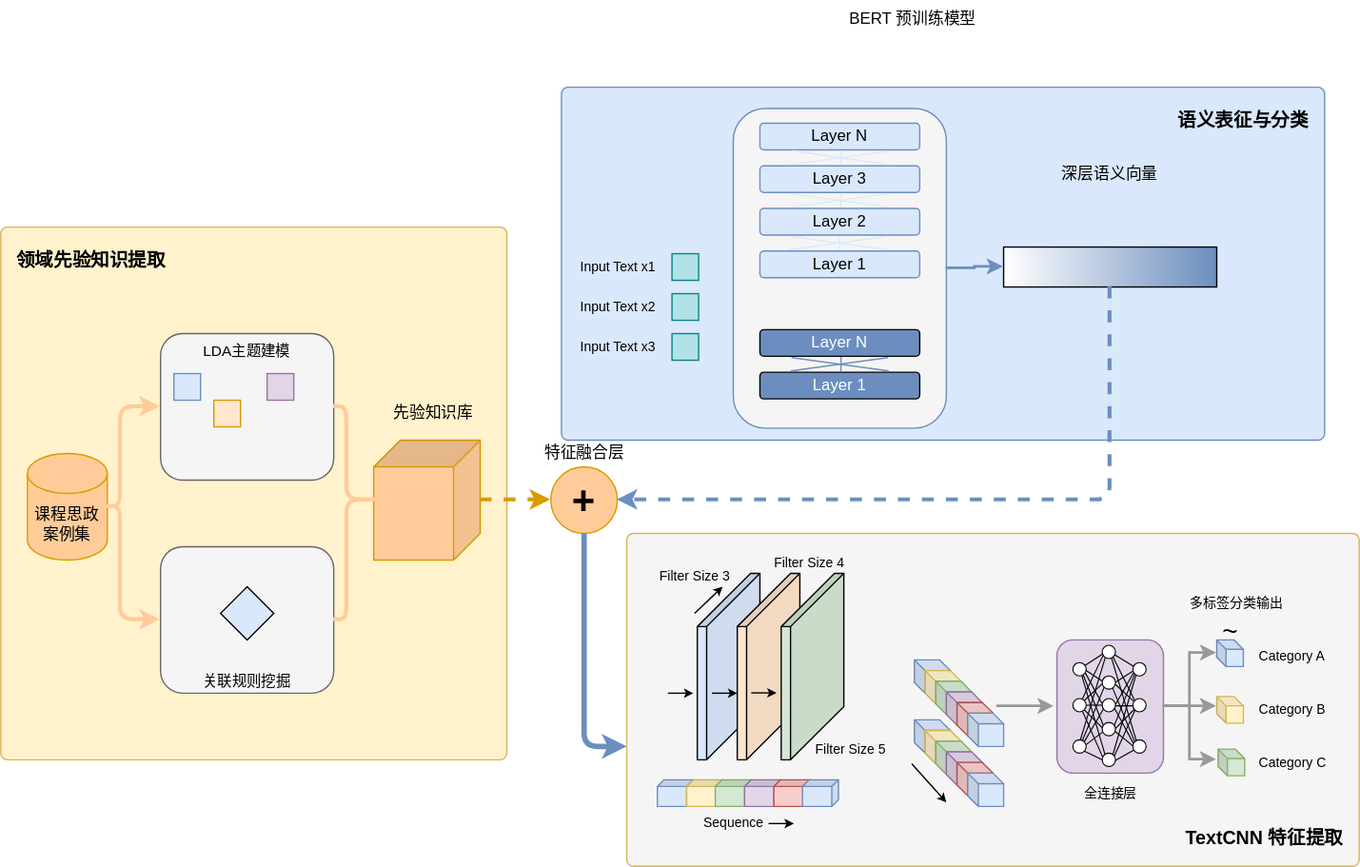
Above: 1.16小论文（思政元素）模型架构图.drawio.svg in handsome-tony/picture (draw.io), before the change. Source tidied: cells renumbered, new cells last; positions are measured from the earlier drawing's top-left corner, leaving out a move shared by most shapes.
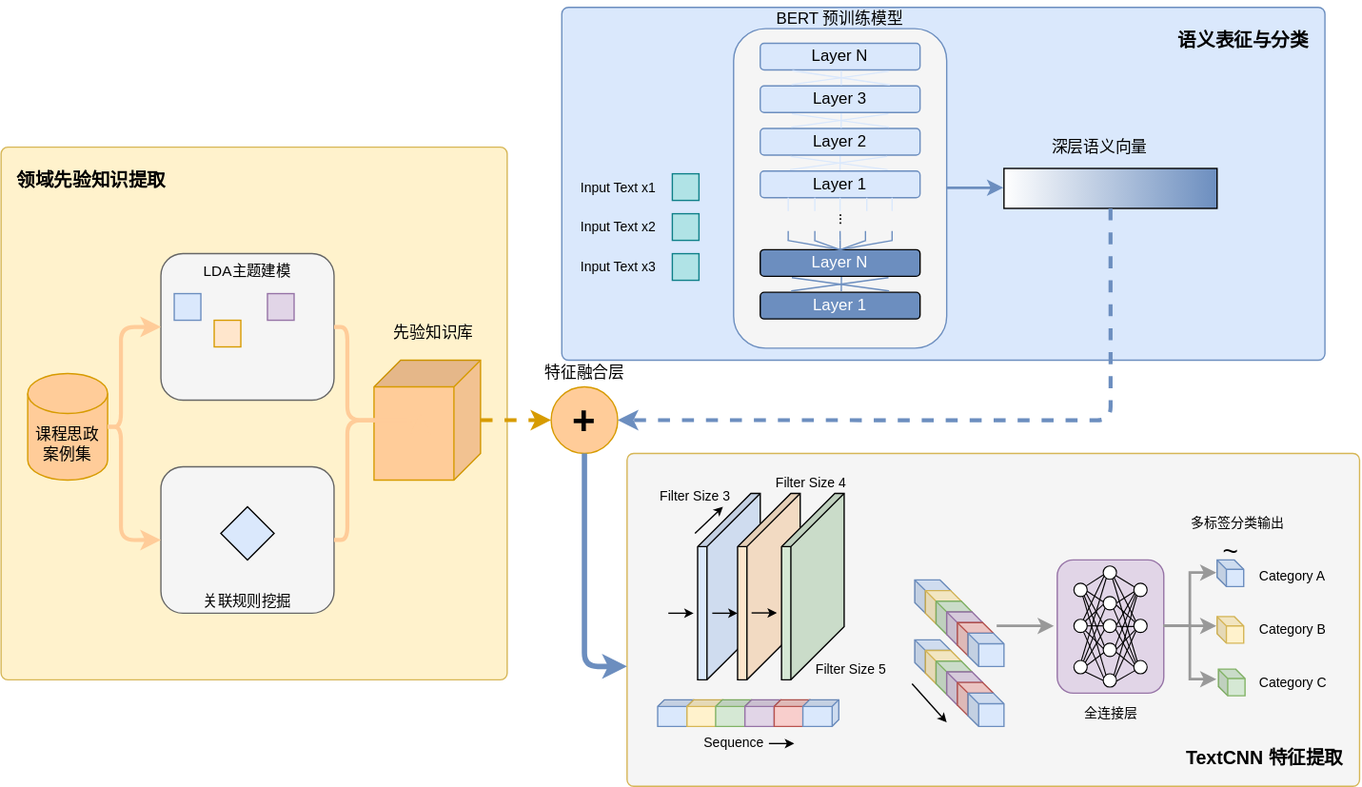
Above is the later version.

Commit message:
更新1.16小论文（思政元素）模型架构图.drawio.svg

The edit, as a diff of the source:
```diff
@@ -160,11 +160,86 @@
     <mxCell id="40" style="endArrow=none;html=1;rounded=0;entryX=0.507;entryY=-0.029;entryDx=0;entryDy=0;entryPerimeter=0;exitX=0.508;exitY=1.026;exitDx=0;exitDy=0;exitPerimeter=0;strokeColor=#6C8EBF;" parent="21" edge="1" source="27" target="28">
       <mxGeometry relative="1" as="geometry" />
     </mxCell>
+    <mxCell id="139" style="endArrow=none;html=1;rounded=0;entryX=0.499;entryY=-0.03;entryDx=0;entryDy=0;entryPerimeter=0;exitX=0.5;exitY=1.033;exitDx=0;exitDy=0;exitPerimeter=0;strokeColor=#DAE8FC;" parent="21" edge="1">
+      <mxGeometry relative="1" as="geometry">
+        <mxPoint x="41" y="118" as="sourcePoint" />
+        <mxPoint x="41" y="128" as="targetPoint" />
+      </mxGeometry>
+    </mxCell>
+    <mxCell id="140" style="endArrow=none;html=1;rounded=0;entryX=0.499;entryY=-0.03;entryDx=0;entryDy=0;entryPerimeter=0;exitX=0.5;exitY=1.033;exitDx=0;exitDy=0;exitPerimeter=0;strokeColor=#DAE8FC;" parent="21" edge="1">
+      <mxGeometry relative="1" as="geometry">
+        <mxPoint x="79.9" y="118" as="sourcePoint" />
+        <mxPoint x="79.9" y="128" as="targetPoint" />
+      </mxGeometry>
+    </mxCell>
+    <mxCell id="141" style="endArrow=none;html=1;rounded=0;entryX=0.499;entryY=-0.03;entryDx=0;entryDy=0;entryPerimeter=0;exitX=0.5;exitY=1.033;exitDx=0;exitDy=0;exitPerimeter=0;strokeColor=#DAE8FC;" parent="21" edge="1">
+      <mxGeometry relative="1" as="geometry">
+        <mxPoint x="119" y="118" as="sourcePoint" />
+        <mxPoint x="119" y="128" as="targetPoint" />
+      </mxGeometry>
+    </mxCell>
+    <mxCell id="142" style="endArrow=none;html=1;rounded=0;entryX=0.499;entryY=-0.03;entryDx=0;entryDy=0;entryPerimeter=0;exitX=0.5;exitY=1.033;exitDx=0;exitDy=0;exitPerimeter=0;strokeColor=#DAE8FC;" parent="21" edge="1">
+      <mxGeometry relative="1" as="geometry">
+        <mxPoint x="100" y="118" as="sourcePoint" />
+        <mxPoint x="100" y="128" as="targetPoint" />
+      </mxGeometry>
+    </mxCell>
+    <mxCell id="143" style="endArrow=none;html=1;rounded=0;entryX=0.499;entryY=-0.03;entryDx=0;entryDy=0;entryPerimeter=0;exitX=0.5;exitY=1.033;exitDx=0;exitDy=0;exitPerimeter=0;strokeColor=#DAE8FC;" parent="21" edge="1">
+      <mxGeometry relative="1" as="geometry">
+        <mxPoint x="61" y="118" as="sourcePoint" />
+        <mxPoint x="61" y="128" as="targetPoint" />
+      </mxGeometry>
+    </mxCell>
+    <mxCell id="144" style="endArrow=none;html=1;rounded=0;exitX=0.5;exitY=1.033;exitDx=0;exitDy=0;exitPerimeter=0;strokeColor=#6C8EBF;" parent="21" edge="1">
+      <mxGeometry relative="1" as="geometry">
+        <mxPoint x="41" y="143" as="sourcePoint" />
+        <mxPoint x="41" y="150" as="targetPoint" />
+      </mxGeometry>
+    </mxCell>
+    <mxCell id="145" style="endArrow=none;html=1;rounded=0;exitX=0.5;exitY=1.033;exitDx=0;exitDy=0;exitPerimeter=0;strokeColor=#6C8EBF;" parent="21" edge="1">
+      <mxGeometry relative="1" as="geometry">
+        <mxPoint x="79.9" y="143" as="sourcePoint" />
+        <mxPoint x="80" y="150" as="targetPoint" />
+      </mxGeometry>
+    </mxCell>
+    <mxCell id="146" style="endArrow=none;html=1;rounded=0;exitX=0.5;exitY=1.033;exitDx=0;exitDy=0;exitPerimeter=0;strokeColor=#6C8EBF;" parent="21" edge="1">
+      <mxGeometry relative="1" as="geometry">
+        <mxPoint x="119" y="143" as="sourcePoint" />
+        <mxPoint x="119" y="150" as="targetPoint" />
+      </mxGeometry>
+    </mxCell>
+    <mxCell id="147" style="endArrow=none;html=1;rounded=0;exitX=0.5;exitY=1.033;exitDx=0;exitDy=0;exitPerimeter=0;strokeColor=#6C8EBF;" parent="21" edge="1">
+      <mxGeometry relative="1" as="geometry">
+        <mxPoint x="99" y="143" as="sourcePoint" />
+        <mxPoint x="99" y="150" as="targetPoint" />
+      </mxGeometry>
+    </mxCell>
+    <mxCell id="148" style="endArrow=none;html=1;rounded=0;exitX=0.5;exitY=1.033;exitDx=0;exitDy=0;exitPerimeter=0;strokeColor=#6C8EBF;" parent="21" edge="1">
+      <mxGeometry relative="1" as="geometry">
+        <mxPoint x="61" y="143" as="sourcePoint" />
+        <mxPoint x="61" y="150" as="targetPoint" />
+      </mxGeometry>
+    </mxCell>
+    <mxCell id="149" style="endArrow=none;html=1;rounded=0;exitX=0.5;exitY=0;exitDx=0;exitDy=0;strokeColor=#6C8EBF;" parent="21" edge="1">
+      <mxGeometry relative="1" as="geometry">
+        <mxPoint x="99.5" y="150" as="sourcePoint" />
+        <mxPoint x="80" y="157" as="targetPoint" />
+      </mxGeometry>
+    </mxCell>
+    <mxCell id="150" style="endArrow=none;html=1;rounded=0;strokeColor=#6C8EBF;" parent="21" edge="1">
+      <mxGeometry relative="1" as="geometry">
+        <mxPoint x="80" y="157" as="sourcePoint" />
+        <mxPoint x="119.5" y="150" as="targetPoint" />
+      </mxGeometry>
+    </mxCell>
+    <mxCell id="151" value="&lt;font face=&quot;Times New Roman&quot;&gt;...&lt;/font&gt;" style="text;html=1;whiteSpace=wrap;strokeColor=none;fillColor=none;align=center;verticalAlign=middle;rounded=0;textDirection=vertical-lr;" parent="21" vertex="1">
+      <mxGeometry x="74.5" y="130" width="17" height="9" as="geometry" />
+    </mxCell>
     <mxCell id="41" style="rounded=0;whiteSpace=wrap;html=1;fillColor=default;gradientColor=#6c8ebf;gradientDirection=east;" parent="1" vertex="1">
-      <mxGeometry x="753" y="185" width="160" height="30" as="geometry" />
+      <mxGeometry x="753" y="186" width="160" height="30" as="geometry" />
     </mxCell>
     <mxCell id="42" value="深层语义向量" style="text;html=1;strokeColor=none;fillColor=none;align=center;verticalAlign=middle;whiteSpace=wrap;rounded=0;" parent="1" vertex="1">
-      <mxGeometry x="753" y="120" width="160" height="20" as="geometry" />
+      <mxGeometry x="745" y="160" width="160" height="20" as="geometry" />
     </mxCell>
     <mxCell id="43" style="edgeStyle=orthogonalEdgeStyle;rounded=0;jettySize=auto;html=1;strokeColor=#6c8ebf;strokeWidth=2;" parent="1" edge="1" source="22" target="41">
       <mxGeometry relative="1" as="geometry" />
@@ -513,8 +588,24 @@
     <mxCell id="137" value="Input Text x3" style="text;html=1;strokeColor=none;fillColor=none;align=right;verticalAlign=middle;whiteSpace=wrap;rounded=0;fontSize=10;" parent="1" vertex="1">
       <mxGeometry x="434" y="250" width="60" height="20" as="geometry" />
     </mxCell>
-    <mxCell id="138" value="&lt;span style=&quot;color: rgb(0, 0, 0); font-family: Helvetica; font-size: 12px; font-style: normal; font-variant-ligatures: normal; font-variant-caps: normal; font-weight: 400; letter-spacing: normal; orphans: 2; text-indent: 0px; text-transform: none; widows: 2; word-spacing: 0px; -webkit-text-stroke-width: 0px; white-space: nowrap; text-decoration-thickness: initial; text-decoration-style: initial; text-decoration-color: initial; float: none; background-color: light-dark(#ffffff, var(--ge-dark-color, #121212)); display: inline !important;&quot;&gt;BERT 预训练模型&lt;/span&gt;" style="text;whiteSpace=wrap;html=1;fillColor=none;align=center;" parent="1" vertex="1">
-      <mxGeometry x="620" width="130" height="30" as="geometry" />
+    <mxCell id="138" value="&lt;span style=&quot;font-family: Helvetica; font-size: 12px; font-style: normal; font-variant-ligatures: normal; font-variant-caps: normal; font-weight: 400; letter-spacing: normal; orphans: 2; text-indent: 0px; text-transform: none; widows: 2; word-spacing: 0px; -webkit-text-stroke-width: 0px; white-space: nowrap; text-decoration-thickness: initial; text-decoration-style: initial; text-decoration-color: initial; float: none; display: inline !important;&quot;&gt;BERT 预训练模型&lt;/span&gt;" style="text;whiteSpace=wrap;html=1;fillColor=none;align=center;fontColor=default;labelBackgroundColor=none;" parent="1" vertex="1">
+      <mxGeometry x="565" y="60" width="130" height="30" as="geometry" />
     </mxCell>
+    <mxCell id="152" style="endArrow=none;html=1;rounded=0;exitX=0.5;exitY=0;exitDx=0;exitDy=0;strokeColor=#6C8EBF;" parent="1" edge="1" source="27">
+      <mxGeometry relative="1" as="geometry">
+        <mxPoint x="630" y="240" as="targetPoint" />
+      </mxGeometry>
+    </mxCell>
+    <mxCell id="153" style="endArrow=none;html=1;rounded=0;strokeColor=#6C8EBF;" parent="1" edge="1">
+      <mxGeometry relative="1" as="geometry">
+        <mxPoint x="630" y="247" as="sourcePoint" />
+        <mxPoint x="590.5" y="240" as="targetPoint" />
+      </mxGeometry>
+    </mxCell>
+    <mxCell id="154" style="endArrow=none;html=1;rounded=0;exitX=0.5;exitY=0;exitDx=0;exitDy=0;strokeColor=#6C8EBF;" parent="1" edge="1" source="27">
+      <mxGeometry relative="1" as="geometry">
+        <mxPoint x="610.5" y="240" as="targetPoint" />
+      </mxGeometry>
+    </mxCell>
   </root>
 </mxGraphModel>
```
